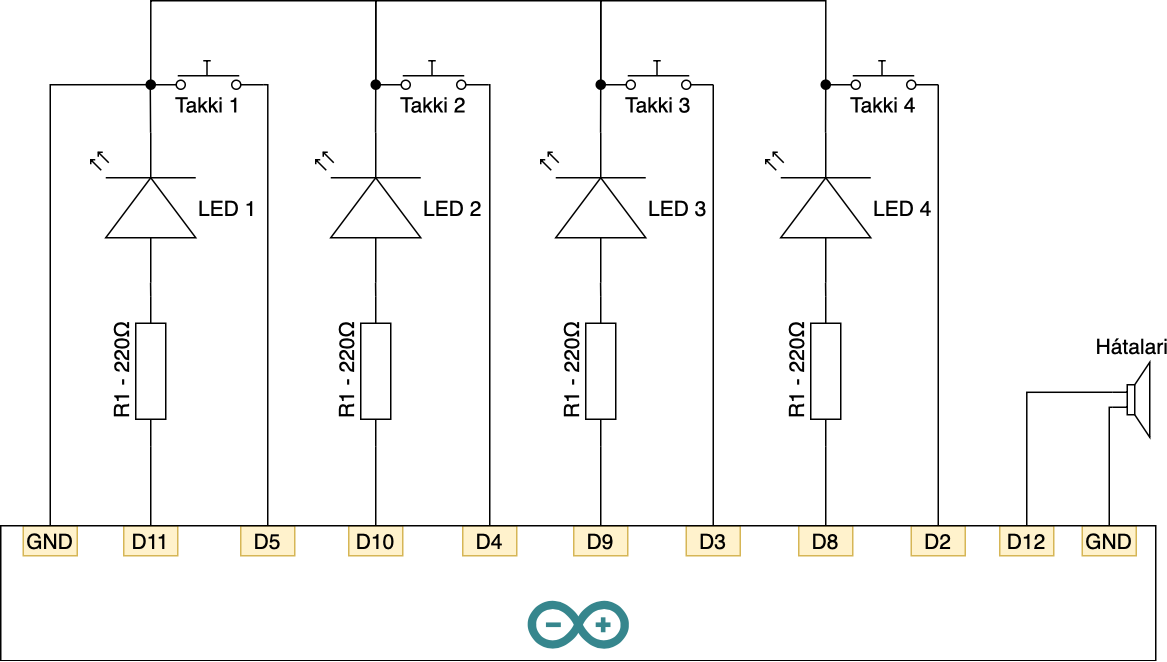
This is Myndir/simon_rafras.png from dkdjf/V21-1, a draw.io export, as it was before one commit. Source tidied: cells renumbered, new cells last; positions are measured from the earlier drawing's top-left corner, leaving out a move shared by most shapes.
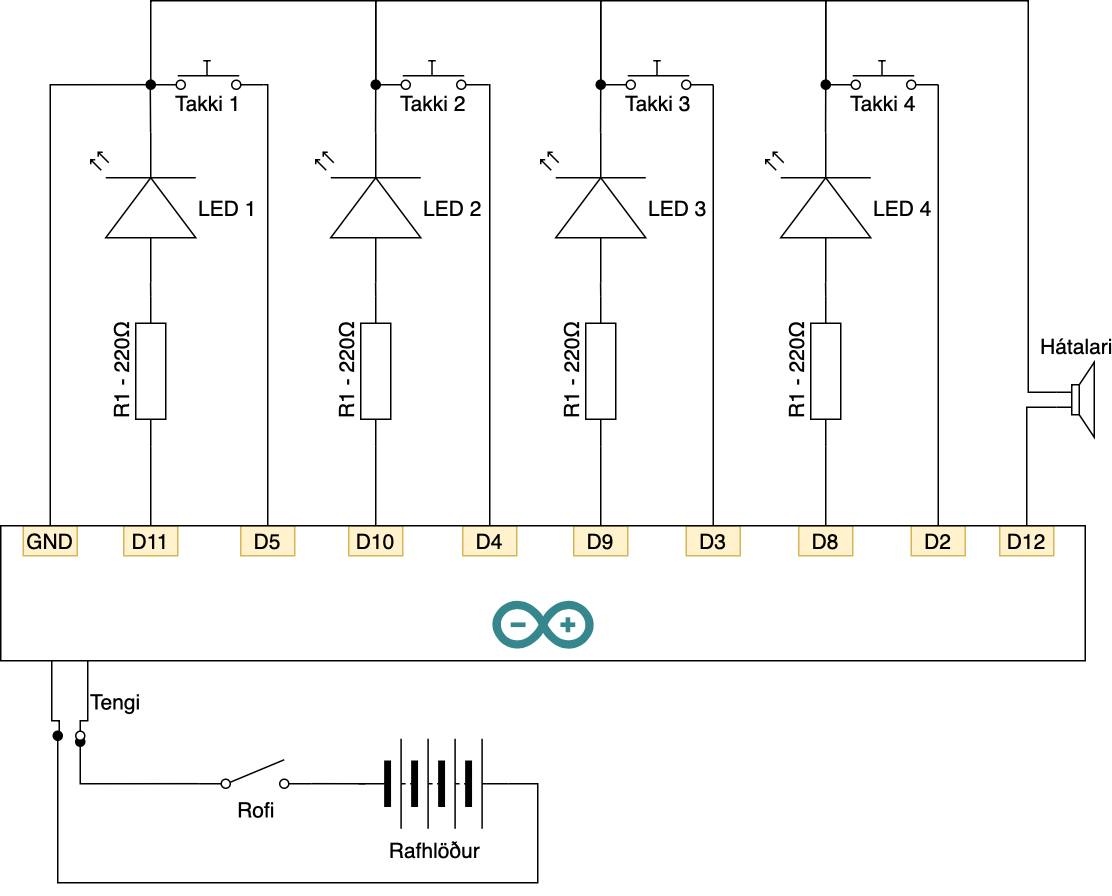
The same file after the commit.

Diff of the diagram source:
```diff
@@ -3,7 +3,7 @@
     <mxCell id="0" />
     <mxCell id="1" parent="0" />
     <mxCell id="2" style="dashed=0;html=1;align=center;labelPosition=center;verticalLabelPosition=bottom;verticalAlign=top;shape=mxgraph.weblogos.arduino;fillColor=#36868D;strokeColor=none;" parent="1" vertex="1">
-      <mxGeometry x="351.3" y="400" width="67.4" height="32" as="geometry" />
+      <mxGeometry x="327.8" y="400" width="67.4" height="32" as="geometry" />
     </mxCell>
     <mxCell id="3" style="edgeStyle=orthogonalEdgeStyle;rounded=0;jettySize=auto;html=1;exitX=1;exitY=0.84;exitDx=0;exitDy=0;exitPerimeter=0;entryX=0.5;entryY=0;entryDx=0;entryDy=0;endArrow=none;endFill=0;" parent="1" edge="1" source="4" target="16">
       <mxGeometry relative="1" as="geometry">
@@ -103,25 +103,24 @@
     <mxCell id="23" value="&lt;font style=&quot;font-size: 14px&quot;&gt;D2&lt;/font&gt;" style="rounded=0;whiteSpace=wrap;html=1;fillColor=#fff2cc;strokeColor=#d6b656;" parent="1" vertex="1">
       <mxGeometry x="607" y="350" width="36" height="20" as="geometry" />
     </mxCell>
-    <mxCell id="24" style="edgeStyle=orthogonalEdgeStyle;rounded=0;jettySize=auto;html=1;exitX=0;exitY=0.6;exitDx=0;exitDy=0;exitPerimeter=0;entryX=0.5;entryY=0;entryDx=0;entryDy=0;endArrow=none;endFill=0;" parent="1" edge="1" source="26" target="28">
-      <mxGeometry relative="1" as="geometry">
-        <Array as="points">
-          <mxPoint x="739" y="271" />
-        </Array>
-      </mxGeometry>
-    </mxCell>
-    <mxCell id="25" style="edgeStyle=orthogonalEdgeStyle;rounded=0;jettySize=auto;html=1;exitX=0;exitY=0.4;exitDx=0;exitDy=0;exitPerimeter=0;entryX=0.5;entryY=0;entryDx=0;entryDy=0;endArrow=none;endFill=0;" parent="1" edge="1" source="26" target="27">
+    <mxCell id="25" style="edgeStyle=orthogonalEdgeStyle;rounded=0;jettySize=auto;html=1;exitX=0;exitY=0.6;exitDx=0;exitDy=0;exitPerimeter=0;entryX=0.5;entryY=0;entryDx=0;entryDy=0;endArrow=none;endFill=0;" parent="1" edge="1" source="26" target="27">
       <mxGeometry relative="1" as="geometry" />
     </mxCell>
+    <mxCell id="50" style="edgeStyle=orthogonalEdgeStyle;rounded=0;jettySize=auto;html=1;exitX=0;exitY=0.4;exitDx=0;exitDy=0;exitPerimeter=0;entryX=0;entryY=0.84;entryDx=0;entryDy=0;entryPerimeter=0;endArrow=none;endFill=0;" parent="1" edge="1" source="26" target="12">
+      <mxGeometry relative="1" as="geometry">
+        <Array as="points">
+          <mxPoint x="685" y="261" />
+          <mxPoint x="685" />
+          <mxPoint x="550" />
+        </Array>
+      </mxGeometry>
+    </mxCell>
     <mxCell id="26" value="&lt;font style=&quot;font-size: 14px&quot;&gt;Hátalari&lt;/font&gt;" style="verticalLabelPosition=top;shadow=0;dashed=0;align=center;html=1;verticalAlign=bottom;shape=mxgraph.electrical.electro-mechanical.loudspeaker;direction=east;labelPosition=center;" parent="1" vertex="1">
-      <mxGeometry x="741" y="241" width="25" height="50" as="geometry" />
+      <mxGeometry x="704" y="241" width="25" height="50" as="geometry" />
     </mxCell>
     <mxCell id="27" value="&lt;font style=&quot;font-size: 14px&quot;&gt;D12&lt;/font&gt;" style="rounded=0;whiteSpace=wrap;html=1;fillColor=#fff2cc;strokeColor=#d6b656;" parent="1" vertex="1">
       <mxGeometry x="666" y="350" width="36" height="20" as="geometry" />
     </mxCell>
-    <mxCell id="28" value="&lt;font style=&quot;font-size: 14px&quot;&gt;GND&lt;/font&gt;" style="rounded=0;whiteSpace=wrap;html=1;fillColor=#fff2cc;strokeColor=#d6b656;" parent="1" vertex="1">
-      <mxGeometry x="721" y="350" width="36" height="20" as="geometry" />
-    </mxCell>
     <mxCell id="29" style="edgeStyle=orthogonalEdgeStyle;rounded=0;jettySize=auto;html=1;exitX=1;exitY=0.57;exitDx=0;exitDy=0;exitPerimeter=0;entryX=-0.004;entryY=0.978;entryDx=0;entryDy=0;entryPerimeter=0;endArrow=none;endFill=0;" parent="1" edge="1" target="4">
       <mxGeometry relative="1" as="geometry">
         <mxPoint x="99.9" y="88" as="sourcePoint" />
@@ -184,8 +183,35 @@
     <mxCell id="48" value="&lt;font style=&quot;font-size: 14px&quot;&gt;R1 - 220Ω&lt;/font&gt;" style="verticalLabelPosition=middle;shadow=0;dashed=0;align=center;html=1;verticalAlign=middle;shape=mxgraph.electrical.resistors.resistor_1;direction=south;labelPosition=left;horizontal=0;" parent="1" vertex="1">
       <mxGeometry x="540" y="197" width="20" height="100" as="geometry" />
     </mxCell>
+    <mxCell id="51" style="edgeStyle=orthogonalEdgeStyle;rounded=0;jettySize=auto;html=1;exitX=0;exitY=0.84;exitDx=0;exitDy=0;exitPerimeter=0;endArrow=oval;endFill=1;" parent="1" edge="1" source="53">
+      <mxGeometry relative="1" as="geometry">
+        <mxPoint x="53" y="494" as="targetPoint" />
+      </mxGeometry>
+    </mxCell>
+    <mxCell id="52" style="edgeStyle=orthogonalEdgeStyle;rounded=0;jettySize=auto;html=1;exitX=1;exitY=0.84;exitDx=0;exitDy=0;exitPerimeter=0;entryX=0.045;entryY=0.489;entryDx=0;entryDy=0;entryPerimeter=0;endArrow=none;endFill=0;" parent="1" edge="1" source="53" target="56">
+      <mxGeometry relative="1" as="geometry" />
+    </mxCell>
+    <mxCell id="53" value="&lt;font style=&quot;font-size: 14px&quot;&gt;Rofi&lt;/font&gt;" style="verticalLabelPosition=bottom;shadow=0;dashed=0;align=center;html=1;verticalAlign=top;shape=mxgraph.electrical.electro-mechanical.simple_switch;" parent="1" vertex="1">
+      <mxGeometry x="132" y="506" width="75" height="19" as="geometry" />
+    </mxCell>
+    <mxCell id="54" style="edgeStyle=orthogonalEdgeStyle;rounded=0;jettySize=auto;html=1;exitX=1;exitY=0.5;exitDx=0;exitDy=0;endArrow=oval;endFill=1;" parent="1" edge="1" source="56">
+      <mxGeometry relative="1" as="geometry">
+        <mxPoint x="38" y="490" as="targetPoint" />
+        <Array as="points">
+          <mxPoint x="358" y="522" />
+          <mxPoint x="358" y="588" />
+          <mxPoint x="38" y="588" />
+        </Array>
+      </mxGeometry>
+    </mxCell>
+    <mxCell id="55" value="&lt;font style=&quot;font-size: 14px&quot;&gt;Tengi&lt;/font&gt;" style="verticalLabelPosition=middle;shadow=0;dashed=0;align=left;html=1;verticalAlign=middle;shape=mxgraph.electrical.miscellaneous.2_conductor_plug;direction=north;labelPosition=right;" parent="1" vertex="1">
+      <mxGeometry x="34" y="440" width="24" height="53" as="geometry" />
+    </mxCell>
+    <mxCell id="56" value="&lt;font style=&quot;font-size: 14px&quot;&gt;Rafhlöður&lt;/font&gt;" style="verticalLabelPosition=bottom;shadow=0;dashed=0;align=center;html=1;verticalAlign=top;shape=mxgraph.electrical.miscellaneous.batteryStack;" parent="1" vertex="1">
+      <mxGeometry x="238.5" y="492" width="100" height="60" as="geometry" />
+    </mxCell>
     <mxCell id="49" style="rounded=0;whiteSpace=wrap;html=1;fillColor=none;" parent="1" vertex="1">
-      <mxGeometry y="350" width="770" height="90" as="geometry" />
+      <mxGeometry y="350" width="723" height="90" as="geometry" />
     </mxCell>
   </root>
 </mxGraphModel>
```
